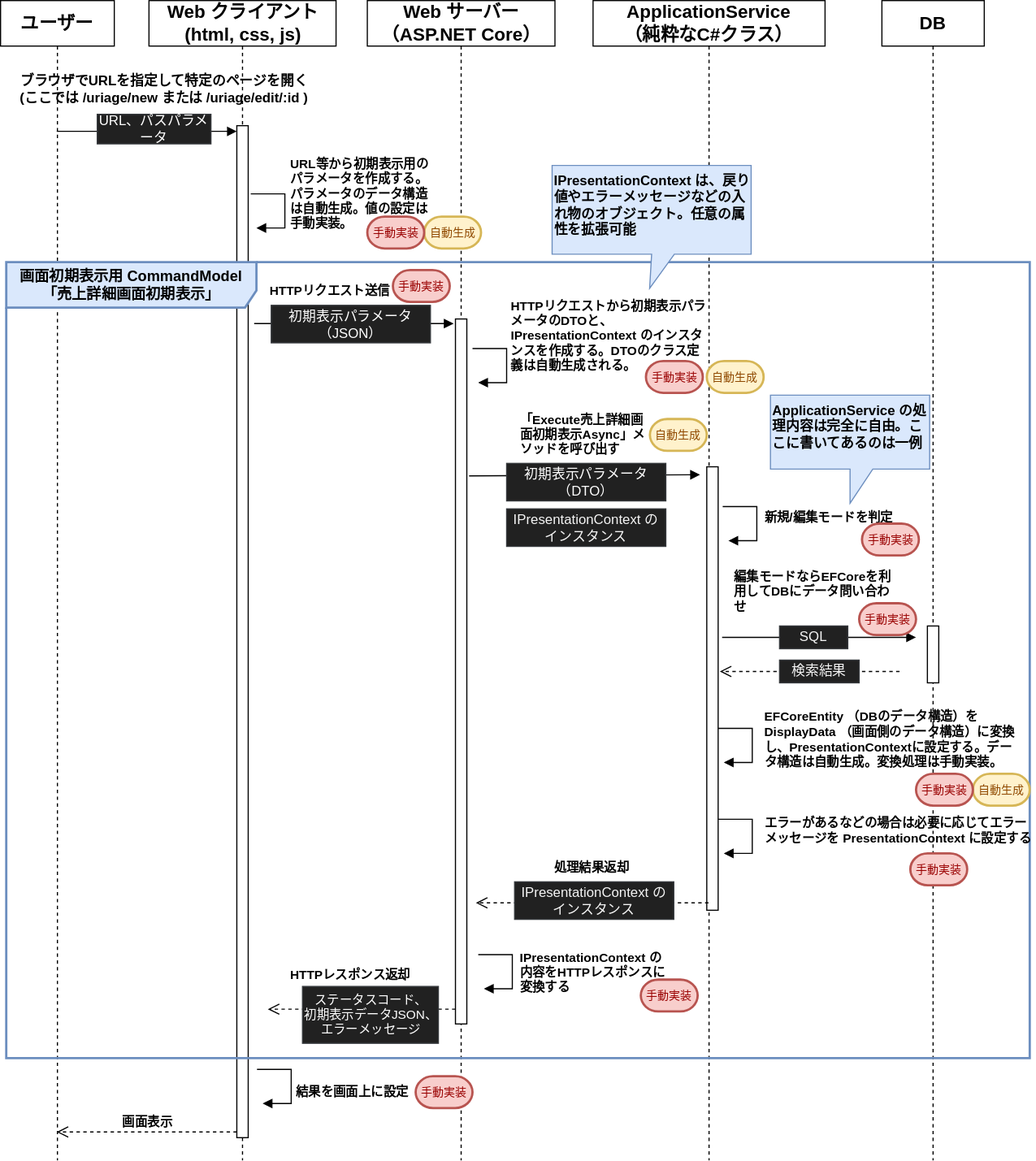
halllky/NijoAppScaffold keeps this draw.io diagram as Document/static/img/architecture-runtime-sequence-1.drawio.svg. Above is the earlier version. Source tidied: cells renumbered, new cells last; positions are measured from the earlier drawing's top-left corner, leaving out a move shared by most shapes.
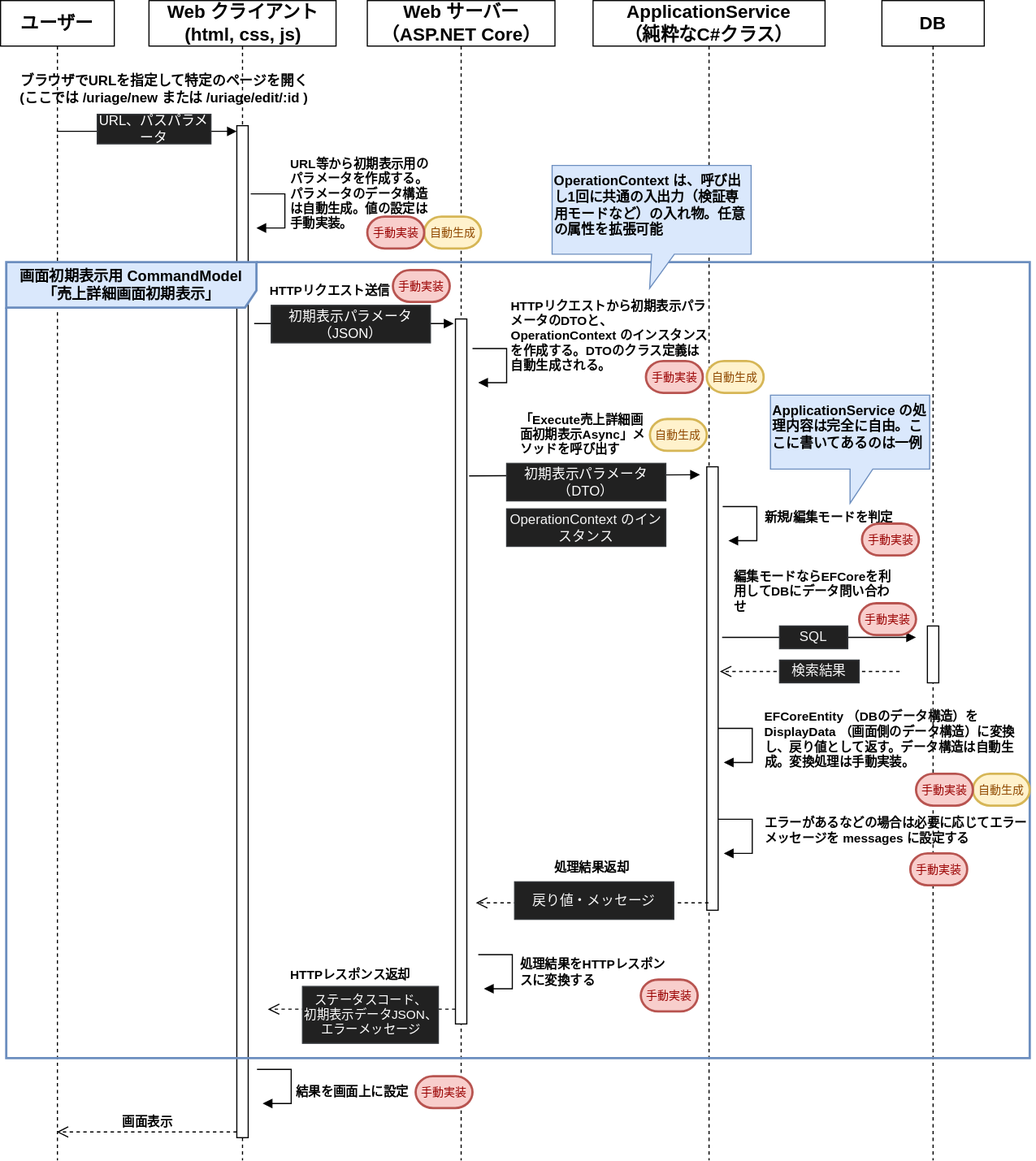
Later version of the same file.

Commit message:
旧名称 PresentationContext の残りを現在の名前に改める

The edit, as a diff of the source:
```diff
@@ -74,7 +74,7 @@
     <mxCell id="20" value="手動実装" style="shape=mxgraph.flowchart.terminator;whiteSpace=wrap;html=1;fontSize=10;fillColor=#f8cecc;strokeColor=#b85450;strokeWidth=2;fontColor=#990000;" parent="1" vertex="1">
       <mxGeometry x="345" y="237" width="50" height="28" as="geometry" />
     </mxCell>
-    <mxCell id="21" value="HTTPリクエストから初期表示パラメータのDTOと、&lt;br&gt;IPresentationContext のインスタンスを作成する。DTOのクラス定義は自動生成される。" style="text;html=1;align=left;verticalAlign=middle;whiteSpace=wrap;rounded=0;fontStyle=1;fontSize=11;" parent="1" vertex="1">
+    <mxCell id="21" value="HTTPリクエストから初期表示パラメータのDTOと、&lt;br&gt;OperationContext のインスタンスを作成する。DTOのクラス定義は自動生成される。" style="text;html=1;align=left;verticalAlign=middle;whiteSpace=wrap;rounded=0;fontStyle=1;fontSize=11;" parent="1" vertex="1">
       <mxGeometry x="447" y="253" width="175" height="85" as="geometry" />
     </mxCell>
     <mxCell id="22" style="html=1;verticalAlign=bottom;endArrow=block;curved=0;rounded=0;fontSize=14;" parent="1" edge="1">
@@ -95,7 +95,7 @@
     <mxCell id="26" value="自動生成" style="shape=mxgraph.flowchart.terminator;whiteSpace=wrap;html=1;fontSize=10;fillColor=#fff2cc;strokeColor=#d6b656;strokeWidth=2;fontColor=#8F4900;" parent="1" vertex="1">
       <mxGeometry x="621" y="317" width="50" height="28" as="geometry" />
     </mxCell>
-    <mxCell id="27" value="IPresentationContext のインスタンス" style="rounded=0;whiteSpace=wrap;html=1;fillColor=light-dark(#212121, #202020);strokeColor=#36393d;fontColor=#F5F5F5;" parent="1" vertex="1">
+    <mxCell id="27" value="OperationContext のインスタンス" style="rounded=0;whiteSpace=wrap;html=1;fillColor=light-dark(#212121, #202020);strokeColor=#36393d;fontColor=#F5F5F5;" parent="1" vertex="1">
       <mxGeometry x="445" y="447" width="140" height="33" as="geometry" />
     </mxCell>
     <mxCell id="28" style="html=1;align=left;spacingLeft=2;endArrow=block;rounded=0;edgeStyle=orthogonalEdgeStyle;curved=0;rounded=0;fontSize=13;" parent="1" edge="1">
@@ -146,7 +146,7 @@
     <mxCell id="39" value="ApplicationService の処理内容は完全に自由。ここに書いてあるのは一例" style="shape=callout;whiteSpace=wrap;html=1;perimeter=calloutPerimeter;align=left;verticalAlign=top;fontStyle=1;fillColor=#dae8fc;strokeColor=#6c8ebf;" parent="1" vertex="1">
       <mxGeometry x="677" y="347" width="140" height="95" as="geometry" />
     </mxCell>
-    <mxCell id="40" value="&lt;span style=&quot;color: rgb(0, 0, 0); text-align: center;&quot;&gt;エラーがあるなどの場合は必要に応じてエラーメッセージを PresentationContext に設定する&lt;/span&gt;" style="text;html=1;align=left;verticalAlign=middle;whiteSpace=wrap;rounded=0;fontStyle=1;fontSize=11;" parent="1" vertex="1">
+    <mxCell id="40" value="&lt;span style=&quot;color: rgb(0, 0, 0); text-align: center;&quot;&gt;エラーがあるなどの場合は必要に応じてエラーメッセージを messages に設定する&lt;/span&gt;" style="text;html=1;align=left;verticalAlign=middle;whiteSpace=wrap;rounded=0;fontStyle=1;fontSize=11;" parent="1" vertex="1">
       <mxGeometry x="670" y="710" width="240" height="40" as="geometry" />
     </mxCell>
     <mxCell id="41" style="html=1;align=left;spacingLeft=2;endArrow=block;rounded=0;edgeStyle=orthogonalEdgeStyle;curved=0;rounded=0;fontSize=13;" parent="1" edge="1">
@@ -173,7 +173,7 @@
         </Array>
       </mxGeometry>
     </mxCell>
-    <mxCell id="45" value="&lt;span style=&quot;color: rgb(0, 0, 0); text-align: center;&quot;&gt;EFCoreEntity （DBのデータ構造）を DisplayData （画面側のデータ構造）に変換し、PresentationContextに設定する。データ構造は自動生成。変換処理は手動実装。&lt;/span&gt;" style="text;html=1;align=left;verticalAlign=middle;whiteSpace=wrap;rounded=0;fontStyle=1;fontSize=11;" parent="1" vertex="1">
+    <mxCell id="45" value="&lt;span style=&quot;color: rgb(0, 0, 0); text-align: center;&quot;&gt;EFCoreEntity （DBのデータ構造）を DisplayData （画面側のデータ構造）に変換し、戻り値として返す。データ構造は自動生成。変換処理は手動実装。&lt;/span&gt;" style="text;html=1;align=left;verticalAlign=middle;whiteSpace=wrap;rounded=0;fontStyle=1;fontSize=11;" parent="1" vertex="1">
       <mxGeometry x="670" y="620" width="225" height="60" as="geometry" />
     </mxCell>
     <mxCell id="46" value="手動実装" style="shape=mxgraph.flowchart.terminator;whiteSpace=wrap;html=1;fontSize=10;fillColor=#f8cecc;strokeColor=#b85450;strokeWidth=2;fontColor=#990000;" parent="1" vertex="1">
@@ -185,13 +185,13 @@
         <mxPoint x="418" y="793.5" as="targetPoint" />
       </mxGeometry>
     </mxCell>
-    <mxCell id="48" value="IPresentationContext のインスタンス" style="rounded=0;whiteSpace=wrap;html=1;fillColor=light-dark(#212121, #202020);strokeColor=#36393d;fontColor=#F5F5F5;" parent="1" vertex="1">
+    <mxCell id="48" value="戻り値・メッセージ" style="rounded=0;whiteSpace=wrap;html=1;fillColor=light-dark(#212121, #202020);strokeColor=#36393d;fontColor=#F5F5F5;" parent="1" vertex="1">
       <mxGeometry x="452" y="775" width="140" height="33" as="geometry" />
     </mxCell>
     <mxCell id="49" value="処理結果返却" style="text;html=1;align=left;verticalAlign=middle;whiteSpace=wrap;rounded=0;fontStyle=1;fontSize=11;" parent="1" vertex="1">
       <mxGeometry x="485" y="750" width="78" height="25" as="geometry" />
     </mxCell>
-    <mxCell id="50" value="IPresentationContext の内容をHTTPレスポンスに変換する" style="text;html=1;align=left;verticalAlign=middle;whiteSpace=wrap;rounded=0;fontStyle=1;fontSize=11;" parent="1" vertex="1">
+    <mxCell id="50" value="処理結果をHTTPレスポンスに変換する" style="text;html=1;align=left;verticalAlign=middle;whiteSpace=wrap;rounded=0;fontStyle=1;fontSize=11;" parent="1" vertex="1">
       <mxGeometry x="455" y="830" width="130" height="50" as="geometry" />
     </mxCell>
     <mxCell id="51" value="手動実装" style="shape=mxgraph.flowchart.terminator;whiteSpace=wrap;html=1;fontSize=10;fillColor=#f8cecc;strokeColor=#b85450;strokeWidth=2;fontColor=#990000;" parent="1" vertex="1">
@@ -242,7 +242,7 @@
     <mxCell id="61" value="手動実装" style="shape=mxgraph.flowchart.terminator;whiteSpace=wrap;html=1;fontSize=10;fillColor=#f8cecc;strokeColor=#b85450;strokeWidth=2;fontColor=#990000;" parent="1" vertex="1">
       <mxGeometry x="365" y="946" width="50" height="28" as="geometry" />
     </mxCell>
-    <mxCell id="62" value="&lt;span style=&quot;color: rgb(0, 0, 0); font-weight: 700;&quot;&gt;IPresentationContext は、戻り値やエラーメッセージなどの入れ物のオブジェクト。任意の属性を拡張可能&lt;/span&gt;" style="shape=callout;whiteSpace=wrap;html=1;perimeter=calloutPerimeter;align=left;verticalAlign=top;position2=0.49;fillColor=#dae8fc;strokeColor=#6c8ebf;" parent="1" vertex="1">
+    <mxCell id="62" value="&lt;span style=&quot;color: rgb(0, 0, 0); font-weight: 700;&quot;&gt;OperationContext は、呼び出し1回に共通の入出力（検証専用モードなど）の入れ物。任意の属性を拡張可能&lt;/span&gt;" style="shape=callout;whiteSpace=wrap;html=1;perimeter=calloutPerimeter;align=left;verticalAlign=top;position2=0.49;fillColor=#dae8fc;strokeColor=#6c8ebf;" parent="1" vertex="1">
       <mxGeometry x="485" y="145" width="175" height="108" as="geometry" />
     </mxCell>
   </root>
```
